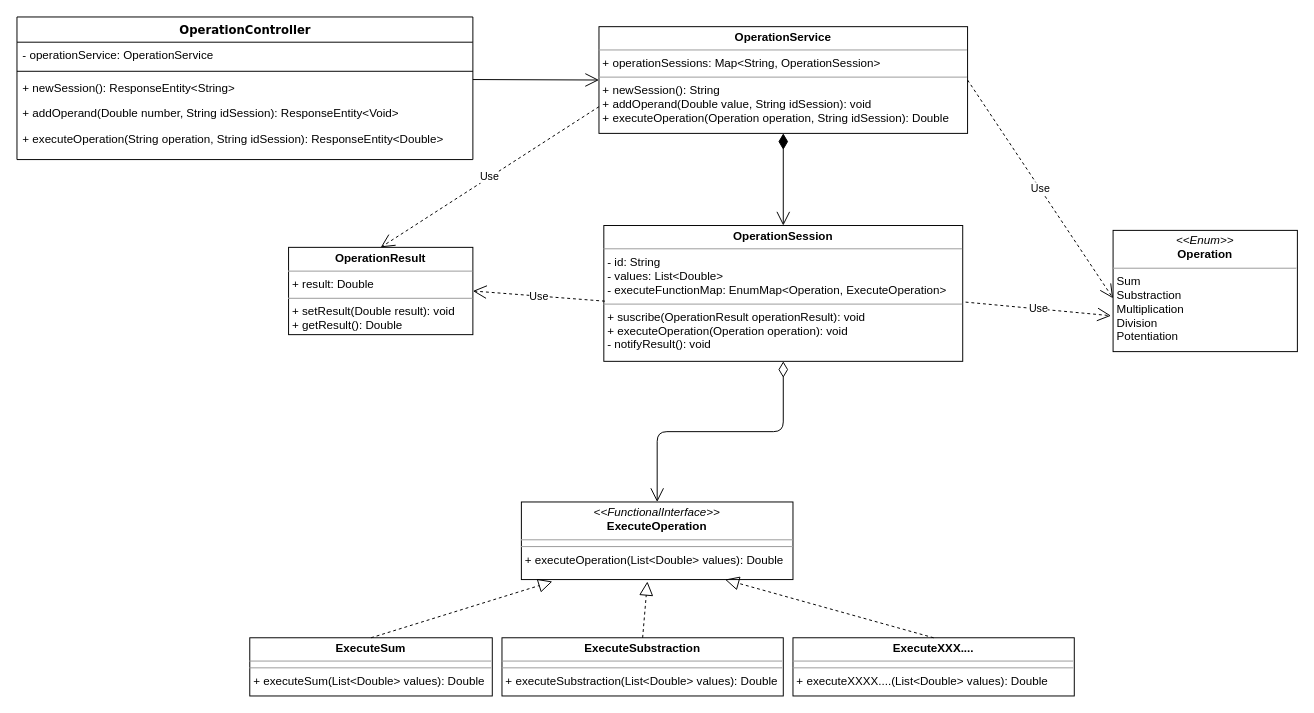
enavarrom/operatortest keeps this draw.io diagram as Untitled Diagram.drawio. Above is the earlier version. Source tidied: cells renumbered, new cells numbered last; positions are measured from the earlier drawing's top-left corner, leaving out a move shared by most shapes. Both pictures are drawn from the tidied source at 97%, with x=0, y=0 at pixel (16, 16).
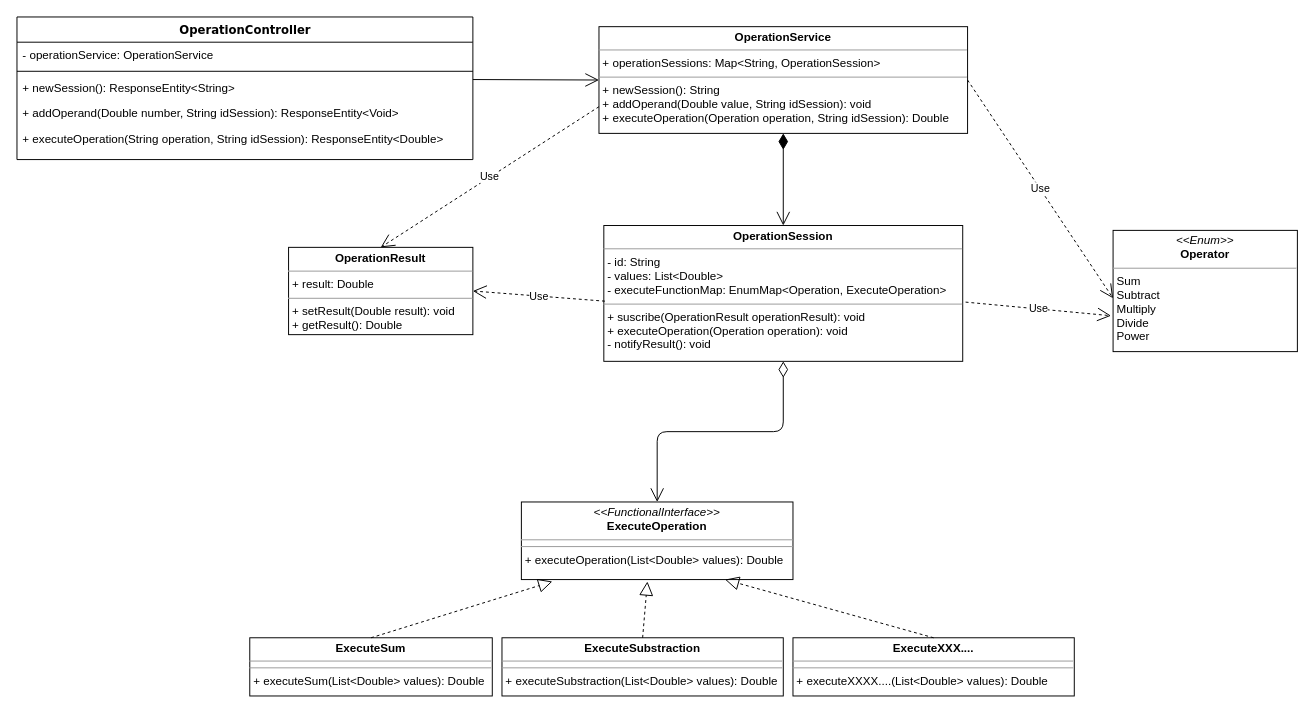
After the change.

Change to the diagram source:
```diff
@@
-    <mxCell id="9" value="&lt;p style=&quot;margin: 0px ; margin-top: 4px ; text-align: center&quot;&gt;&lt;i&gt;&amp;lt;&amp;lt;Enum&amp;gt;&amp;gt;&lt;/i&gt;&lt;br&gt;&lt;b&gt;Operation&lt;/b&gt;&lt;/p&gt;&lt;hr size=&quot;1&quot;&gt;&lt;p style=&quot;margin: 0px ; margin-left: 4px&quot;&gt;Sum&lt;/p&gt;&lt;p style=&quot;margin: 0px ; margin-left: 4px&quot;&gt;Substraction&lt;br&gt;&lt;/p&gt;&lt;p style=&quot;margin: 0px ; margin-left: 4px&quot;&gt;Multiplication&lt;/p&gt;&lt;p style=&quot;margin: 0px ; margin-left: 4px&quot;&gt;Division&lt;/p&gt;&lt;p style=&quot;margin: 0px ; margin-left: 4px&quot;&gt;Potentiation&lt;br&gt;&lt;/p&gt;&lt;p style=&quot;margin: 0px ; margin-left: 4px&quot;&gt;&lt;br&gt;&lt;/p&gt;&lt;hr size=&quot;1&quot;&gt;" style="verticalAlign=top;align=left;overflow=fill;fontSize=12;fontFamily=Helvetica;html=1;" parent="1" vertex="1">
+    <mxCell id="9" value="&lt;p style=&quot;margin: 0px ; margin-top: 4px ; text-align: center&quot;&gt;&lt;i&gt;&amp;lt;&amp;lt;Enum&amp;gt;&amp;gt;&lt;/i&gt;&lt;br&gt;&lt;b&gt;Operator&lt;/b&gt;&lt;/p&gt;&lt;hr size=&quot;1&quot;&gt;&lt;p style=&quot;margin: 0px ; margin-left: 4px&quot;&gt;Sum&lt;/p&gt;&lt;p style=&quot;margin: 0px ; margin-left: 4px&quot;&gt;Subtract&lt;br&gt;&lt;/p&gt;&lt;p style=&quot;margin: 0px ; margin-left: 4px&quot;&gt;Multiply&lt;/p&gt;&lt;p style=&quot;margin: 0px ; margin-left: 4px&quot;&gt;Divide&lt;/p&gt;&lt;p style=&quot;margin: 0px ; margin-left: 4px&quot;&gt;Power&lt;br&gt;&lt;/p&gt;&lt;p style=&quot;margin: 0px ; margin-left: 4px&quot;&gt;&lt;br&gt;&lt;/p&gt;&lt;hr size=&quot;1&quot;&gt;" style="verticalAlign=top;align=left;overflow=fill;fontSize=12;fontFamily=Helvetica;html=1;" parent="1" vertex="1">
       <mxGeometry x="1130" y="220" width="190" height="125" as="geometry" />
     </mxCell>
```
